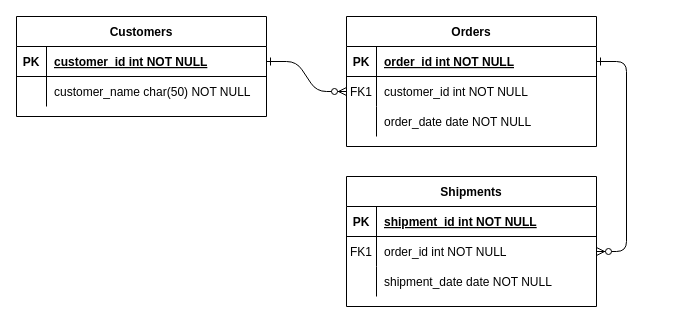
Earlier version of the draw.io diagram PRODUCE_D_ER_E1.drawio (jaguilar-developer/das). Source tidied: cells renumbered, new cells numbered last; positions are measured from the earlier drawing's top-left corner, leaving out a move shared by most shapes. Both pictures are drawn from the tidied source at 100%, with x=0, y=0 at pixel (16, 16).
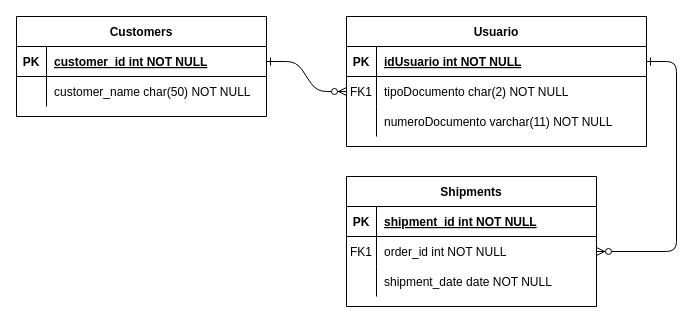
The same diagram, later.

Diff of the diagram source:
```diff
@@
-    <mxCell id="4" value="Orders" style="shape=table;startSize=30;childLayout=tableLayout;rowLines=0;fontStyle=1;align=center;" parent="1" vertex="1">
-      <mxGeometry x="330" width="250" height="130" as="geometry" />
+    <mxCell id="4" value="Usuario" style="shape=table;startSize=30;childLayout=tableLayout;rowLines=0;fontStyle=1;align=center;" parent="1" vertex="1">
+      <mxGeometry x="330" width="300" height="130" as="geometry" />
     </mxCell>
     <mxCell id="5" style="shape=partialRectangle;fillColor=none;points=[[0,0.5],[1,0.5]];portConstraint=eastwest;top=0;left=0;right=0;bottom=1;" parent="4" vertex="1">
-      <mxGeometry y="30" width="250" height="30" as="geometry" />
+      <mxGeometry y="30" width="300" height="30" as="geometry" />
     </mxCell>
@@
-    <mxCell id="7" value="order_id int NOT NULL " style="shape=partialRectangle;overflow=hidden;fillColor=none;top=0;left=0;bottom=0;right=0;align=left;spacingLeft=6;fontStyle=5;" parent="5" vertex="1">
-      <mxGeometry x="30" width="220" height="30" as="geometry" />
+    <mxCell id="7" value="idUsuario int NOT NULL " style="shape=partialRectangle;overflow=hidden;fillColor=none;top=0;left=0;bottom=0;right=0;align=left;spacingLeft=6;fontStyle=5;" parent="5" vertex="1">
+      <mxGeometry x="30" width="270" height="30" as="geometry" />
     </mxCell>
     <mxCell id="8" style="shape=partialRectangle;fillColor=none;points=[[0,0.5],[1,0.5]];portConstraint=eastwest;top=0;left=0;right=0;bottom=0;" parent="4" vertex="1">
-      <mxGeometry y="60" width="250" height="30" as="geometry" />
+      <mxGeometry y="60" width="300" height="30" as="geometry" />
     </mxCell>
@@
-    <mxCell id="10" value="customer_id int NOT NULL" style="shape=partialRectangle;overflow=hidden;fillColor=none;top=0;left=0;bottom=0;right=0;align=left;spacingLeft=6;" parent="8" vertex="1">
-      <mxGeometry x="30" width="220" height="30" as="geometry" />
+    <mxCell id="10" value="tipoDocumento char(2) NOT NULL" style="shape=partialRectangle;overflow=hidden;fillColor=none;top=0;left=0;bottom=0;right=0;align=left;spacingLeft=6;" parent="8" vertex="1">
+      <mxGeometry x="30" width="270" height="30" as="geometry" />
     </mxCell>
     <mxCell id="11" style="shape=partialRectangle;fillColor=none;top=0;left=0;right=0;bottom=0;" parent="4" vertex="1">
-      <mxGeometry y="90" width="250" height="30" as="geometry" />
+      <mxGeometry y="90" width="300" height="30" as="geometry" />
     </mxCell>
@@
-    <mxCell id="13" value="order_date date NOT NULL" style="shape=partialRectangle;overflow=hidden;fillColor=none;top=0;left=0;bottom=0;right=0;align=left;spacingLeft=6;" parent="11" vertex="1">
-      <mxGeometry x="30" width="220" height="30" as="geometry" />
+    <mxCell id="13" value="numeroDocumento varchar(11) NOT NULL" style="shape=partialRectangle;overflow=hidden;fillColor=none;top=0;left=0;bottom=0;right=0;align=left;spacingLeft=6;" parent="11" vertex="1">
+      <mxGeometry x="30" width="270" height="30" as="geometry" />
     </mxCell>
```
